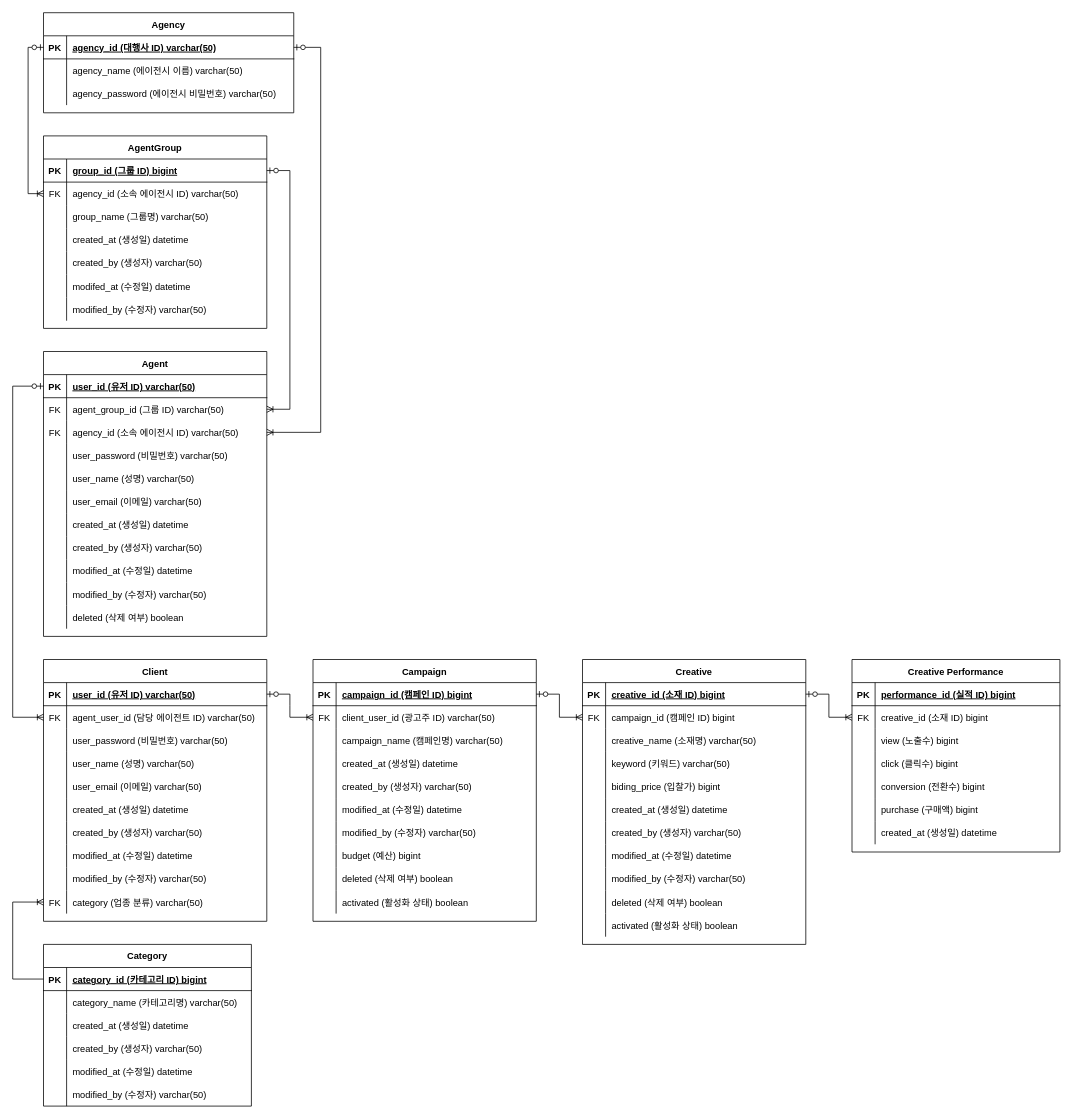
This is document/ERD.drawio from mrcocoball/cocoball-ad-platform-agency, a draw.io file, before an edit. Source tidied: cells renumbered, new cells numbered last; positions are measured from the earlier drawing's top-left corner, leaving out a move shared by most shapes. Both pictures are drawn from the tidied source at 77%, with x=0, y=0 at pixel (12, 12).
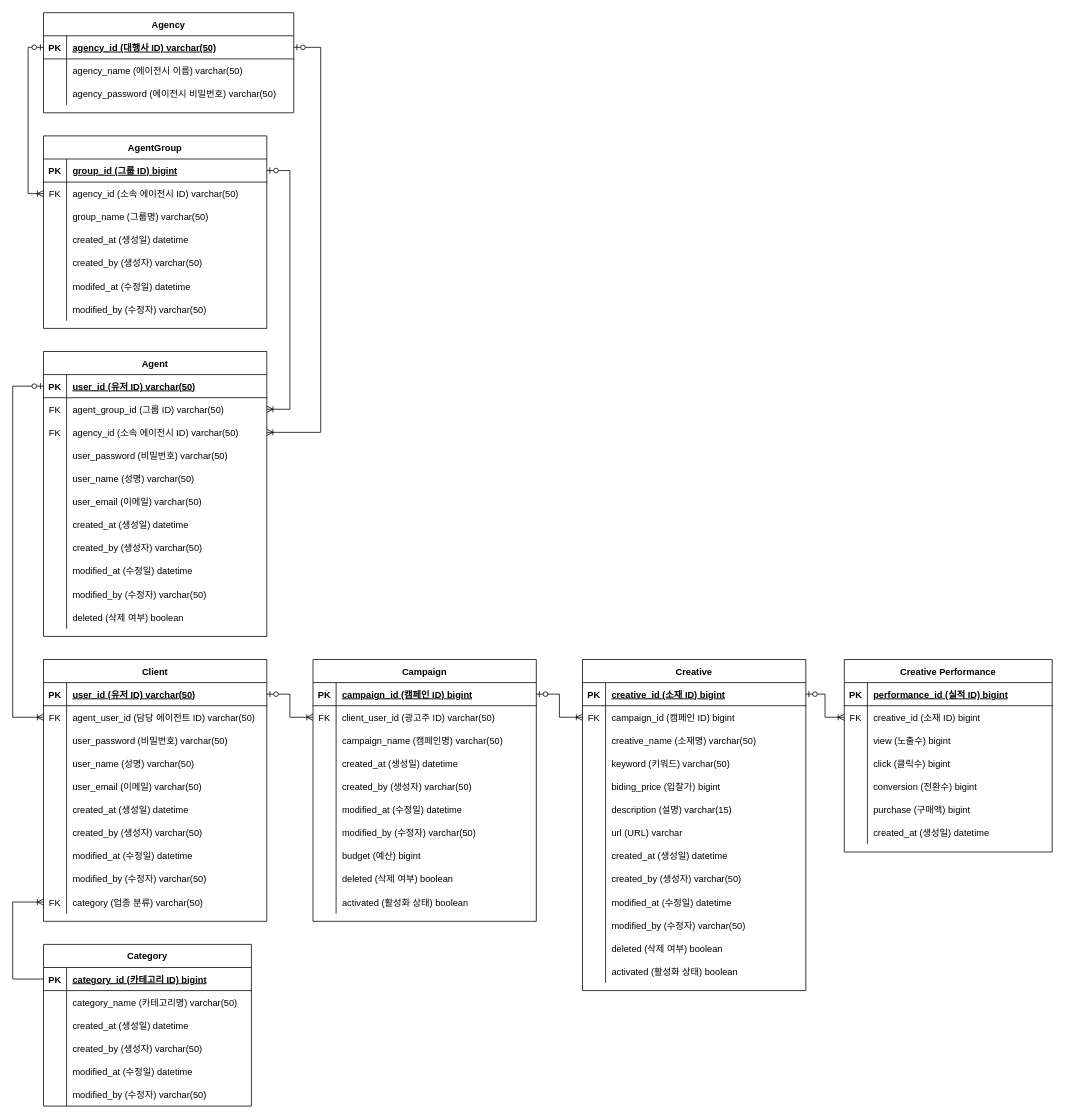
Above is the later version.

The edit, as a diff of the source:
```diff
@@
     <mxCell id="130" value="Creative" style="shape=table;startSize=30;childLayout=tableLayout;rowLines=0;fontStyle=1;align=center;" parent="1" vertex="1">
-      <mxGeometry x="740" y="840" width="290" height="370" as="geometry" />
+      <mxGeometry x="740" y="840" width="290" height="430" as="geometry" />
     </mxCell>
@@
+    <mxCell id="214" style="shape=tableRow;horizontal=0;startSize=0;swimlaneHead=0;swimlaneBody=0;fillColor=none;top=0;left=0;right=0;bottom=0;" parent="130" vertex="1">
+      <mxGeometry y="180" width="290" height="30" as="geometry" />
+    </mxCell>
+    <mxCell id="215" style="shape=partialRectangle;fillColor=none;top=0;left=0;bottom=0;right=0;overflow=hidden;" parent="214" vertex="1">
+      <mxGeometry width="30" height="30" as="geometry" />
+    </mxCell>
+    <mxCell id="216" value="description (설명) varchar(15)" style="shape=partialRectangle;fillColor=none;top=0;left=0;bottom=0;right=0;align=left;spacingLeft=6;overflow=hidden;" parent="214" vertex="1">
+      <mxGeometry x="30" width="260" height="30" as="geometry" />
+    </mxCell>
+    <mxCell id="217" style="shape=tableRow;horizontal=0;startSize=0;swimlaneHead=0;swimlaneBody=0;fillColor=none;top=0;left=0;right=0;bottom=0;" parent="130" vertex="1">
+      <mxGeometry y="210" width="290" height="30" as="geometry" />
+    </mxCell>
+    <mxCell id="218" style="shape=partialRectangle;fillColor=none;top=0;left=0;bottom=0;right=0;overflow=hidden;" parent="217" vertex="1">
+      <mxGeometry width="30" height="30" as="geometry" />
+    </mxCell>
+    <mxCell id="219" value="url (URL) varchar" style="shape=partialRectangle;fillColor=none;top=0;left=0;bottom=0;right=0;align=left;spacingLeft=6;overflow=hidden;" parent="217" vertex="1">
+      <mxGeometry x="30" width="260" height="30" as="geometry" />
+    </mxCell>
     <mxCell id="146" style="shape=tableRow;horizontal=0;startSize=0;swimlaneHead=0;swimlaneBody=0;fillColor=none;top=0;left=0;right=0;bottom=0;" parent="130" vertex="1">
-      <mxGeometry y="180" width="290" height="30" as="geometry" />
+      <mxGeometry y="240" width="290" height="30" as="geometry" />
     </mxCell>
@@
     <mxCell id="149" style="shape=tableRow;horizontal=0;startSize=0;swimlaneHead=0;swimlaneBody=0;fillColor=none;top=0;left=0;right=0;bottom=0;" parent="130" vertex="1">
-      <mxGeometry y="210" width="290" height="30" as="geometry" />
+      <mxGeometry y="270" width="290" height="30" as="geometry" />
     </mxCell>
@@
     <mxCell id="152" style="shape=tableRow;horizontal=0;startSize=0;swimlaneHead=0;swimlaneBody=0;fillColor=none;top=0;left=0;right=0;bottom=0;" parent="130" vertex="1">
-      <mxGeometry y="240" width="290" height="30" as="geometry" />
+      <mxGeometry y="300" width="290" height="30" as="geometry" />
     </mxCell>
@@
     <mxCell id="155" style="shape=tableRow;horizontal=0;startSize=0;swimlaneHead=0;swimlaneBody=0;fillColor=none;top=0;left=0;right=0;bottom=0;" parent="130" vertex="1">
-      <mxGeometry y="270" width="290" height="30" as="geometry" />
+      <mxGeometry y="330" width="290" height="30" as="geometry" />
     </mxCell>
@@
     <mxCell id="158" style="shape=tableRow;horizontal=0;startSize=0;swimlaneHead=0;swimlaneBody=0;fillColor=none;top=0;left=0;right=0;bottom=0;" parent="130" vertex="1">
-      <mxGeometry y="300" width="290" height="30" as="geometry" />
+      <mxGeometry y="360" width="290" height="30" as="geometry" />
     </mxCell>
@@
     <mxCell id="161" style="shape=tableRow;horizontal=0;startSize=0;swimlaneHead=0;swimlaneBody=0;fillColor=none;top=0;left=0;right=0;bottom=0;" parent="130" vertex="1">
-      <mxGeometry y="330" width="290" height="30" as="geometry" />
+      <mxGeometry y="390" width="290" height="30" as="geometry" />
     </mxCell>
@@
     <mxCell id="184" value="Creative Performance" style="shape=table;startSize=30;childLayout=tableLayout;rowLines=0;fontStyle=1;align=center;" parent="1" vertex="1">
-      <mxGeometry x="1090" y="840" width="270" height="250" as="geometry" />
+      <mxGeometry x="1080" y="840" width="270" height="250" as="geometry" />
     </mxCell>
```
